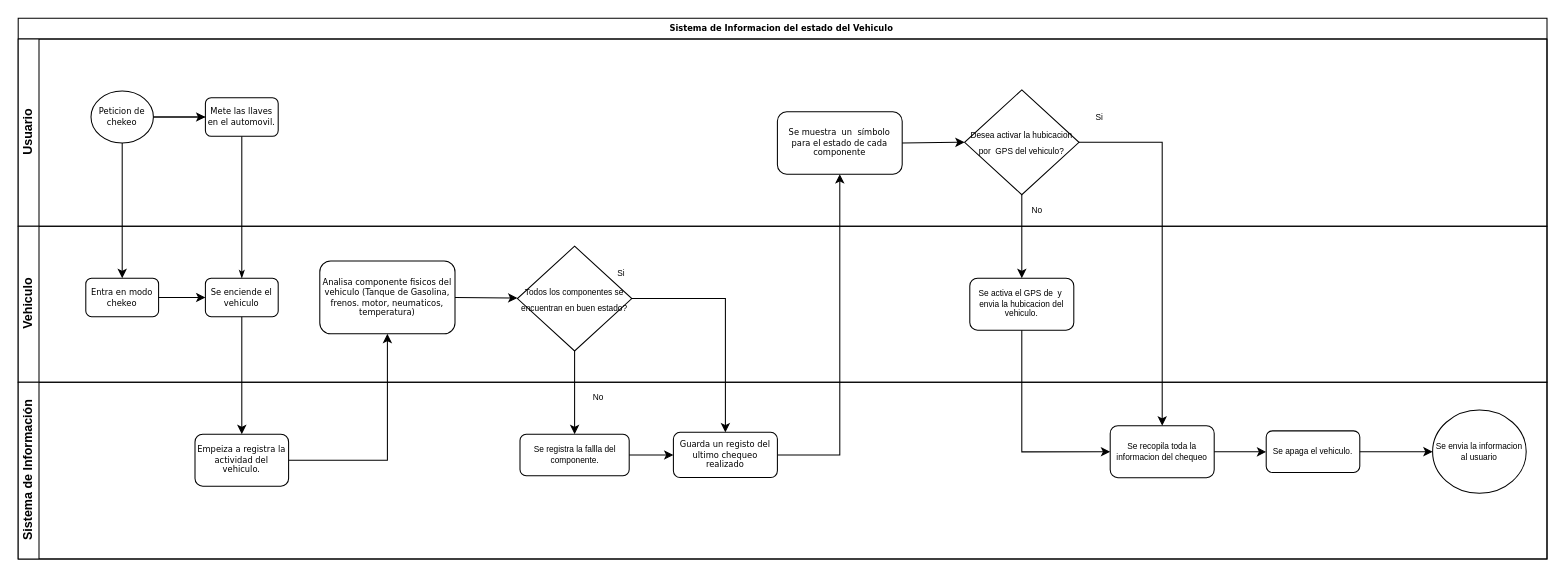
Earlier version of the draw.io diagram Diagrama sin título.drawio (GonzaloVillon/Grupo_E_Heroku). Source tidied: cells renumbered, new cells numbered last; positions are measured from the earlier drawing's top-left corner, leaving out a move shared by most shapes. Both pictures are drawn from the tidied source at 104%, with x=0, y=0 at pixel (18, 18).
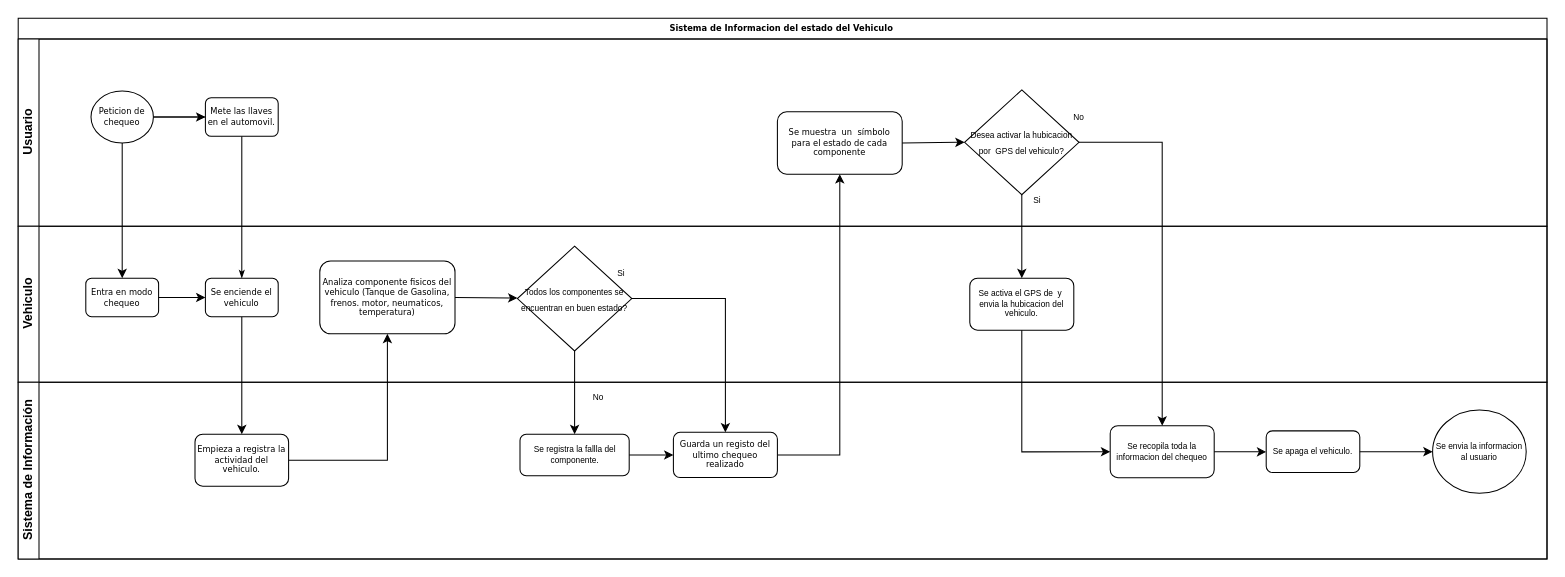
The same diagram, later.

The change refers to these unchanged cells:
```xml
<mxCell id="9" value="Usuario" style="swimlane;html=1;startSize=20;horizontal=0;swimlaneLine=1;" parent="2" vertex="1">
  <mxGeometry y="20" width="1470" height="180" as="geometry" />
</mxCell>
<mxCell id="19" value="Vehiculo" style="swimlane;html=1;startSize=20;horizontal=0;" parent="2" vertex="1">
  <mxGeometry y="200" width="1470" height="150" as="geometry" />
</mxCell>
<mxCell id="27" value="Sistema de Información" style="swimlane;html=1;startSize=20;horizontal=0;" parent="2" vertex="1">
  <mxGeometry y="350" width="1470" height="170" as="geometry" />
</mxCell>
```

The edit, as a diff of the source:
```diff
@@
-    <mxCell id="12" value="Peticion de chekeo" style="ellipse;whiteSpace=wrap;html=1;rounded=0;shadow=0;labelBackgroundColor=none;strokeWidth=1;fontFamily=Verdana;fontSize=8;align=center;" parent="9" vertex="1">
+    <mxCell id="12" value="Peticion de chequeo" style="ellipse;whiteSpace=wrap;html=1;rounded=0;shadow=0;labelBackgroundColor=none;strokeWidth=1;fontFamily=Verdana;fontSize=8;align=center;" parent="9" vertex="1">
       <mxGeometry x="70" y="50" width="60" height="50" as="geometry" />
     </mxCell>
@@
     <mxCell id="17" value="Si" style="text;html=1;strokeColor=none;fillColor=none;align=center;verticalAlign=middle;whiteSpace=wrap;rounded=0;fontSize=8;" parent="9" vertex="1">
-      <mxGeometry x="1010" y="60" width="60" height="30" as="geometry" />
+      <mxGeometry x="950" y="140" width="60" height="30" as="geometry" />
     </mxCell>
     <mxCell id="18" value="No" style="text;html=1;strokeColor=none;fillColor=none;align=center;verticalAlign=middle;whiteSpace=wrap;rounded=0;fontSize=8;" parent="9" vertex="1">
-      <mxGeometry x="950" y="149.6" width="60" height="30.4" as="geometry" />
+      <mxGeometry x="990" y="59.8" width="60" height="30.4" as="geometry" />
     </mxCell>
@@
-    <mxCell id="21" value="Analisa componente fisicos del vehiculo (Tanque de Gasolina, frenos. motor, neumaticos, temperatura)" style="rounded=1;whiteSpace=wrap;html=1;shadow=0;labelBackgroundColor=none;strokeWidth=1;fontFamily=Verdana;fontSize=8;align=center;" parent="19" vertex="1">
+    <mxCell id="21" value="Analiza componente fisicos del vehiculo (Tanque de Gasolina, frenos. motor, neumaticos, temperatura)" style="rounded=1;whiteSpace=wrap;html=1;shadow=0;labelBackgroundColor=none;strokeWidth=1;fontFamily=Verdana;fontSize=8;align=center;" parent="19" vertex="1">
       <mxGeometry x="290" y="33.5" width="130" height="70" as="geometry" />
     </mxCell>
@@
-    <mxCell id="25" value="Entra en modo chekeo" style="rounded=1;whiteSpace=wrap;html=1;shadow=0;labelBackgroundColor=none;strokeWidth=1;fontFamily=Verdana;fontSize=8;align=center;" parent="19" vertex="1">
+    <mxCell id="25" value="Entra en modo chequeo" style="rounded=1;whiteSpace=wrap;html=1;shadow=0;labelBackgroundColor=none;strokeWidth=1;fontFamily=Verdana;fontSize=8;align=center;" parent="19" vertex="1">
       <mxGeometry x="65" y="50" width="70" height="37" as="geometry" />
     </mxCell>
@@
-    <mxCell id="28" value="Empeiza a registra la actividad del vehiculo." style="rounded=1;whiteSpace=wrap;html=1;shadow=0;labelBackgroundColor=none;strokeWidth=1;fontFamily=Verdana;fontSize=8;align=center;" parent="27" vertex="1">
+    <mxCell id="28" value="Empieza a registra la actividad del vehiculo." style="rounded=1;whiteSpace=wrap;html=1;shadow=0;labelBackgroundColor=none;strokeWidth=1;fontFamily=Verdana;fontSize=8;align=center;" parent="27" vertex="1">
       <mxGeometry x="170" y="50" width="90" height="50" as="geometry" />
     </mxCell>
```
